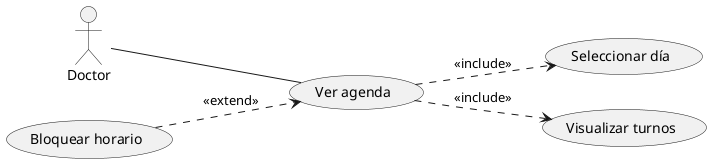
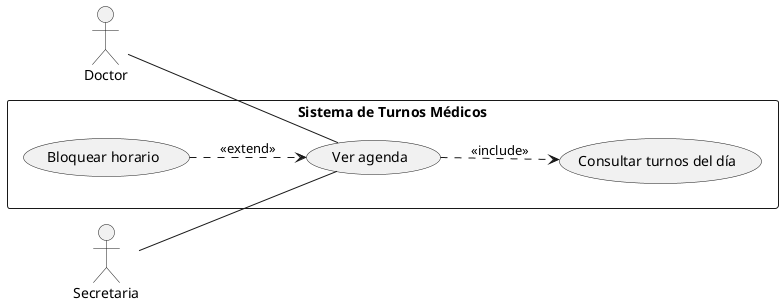
@startuml
left to right direction
+ 
actor Doctor
+ actor Secretaria

- usecase "Ver agenda" as UC1
- usecase "Seleccionar día" as UC2
- usecase "Visualizar turnos" as UC3
+ rectangle "Sistema de Turnos Médicos" {
+     usecase "Ver agenda" as UC1
+     usecase "Consultar turnos del día" as UC2
+     usecase "Bloquear horario" as UC3
+ }

Doctor -- UC1
+ Secretaria -- UC1

UC1 ..> UC2 : <<include>>
- UC1 ..> UC3 : <<include>>
- usecase "Bloquear horario" as UC4
- UC4 ..> UC1 : <<extend>>
+ UC3 ..> UC1 : <<extend>>
@enduml